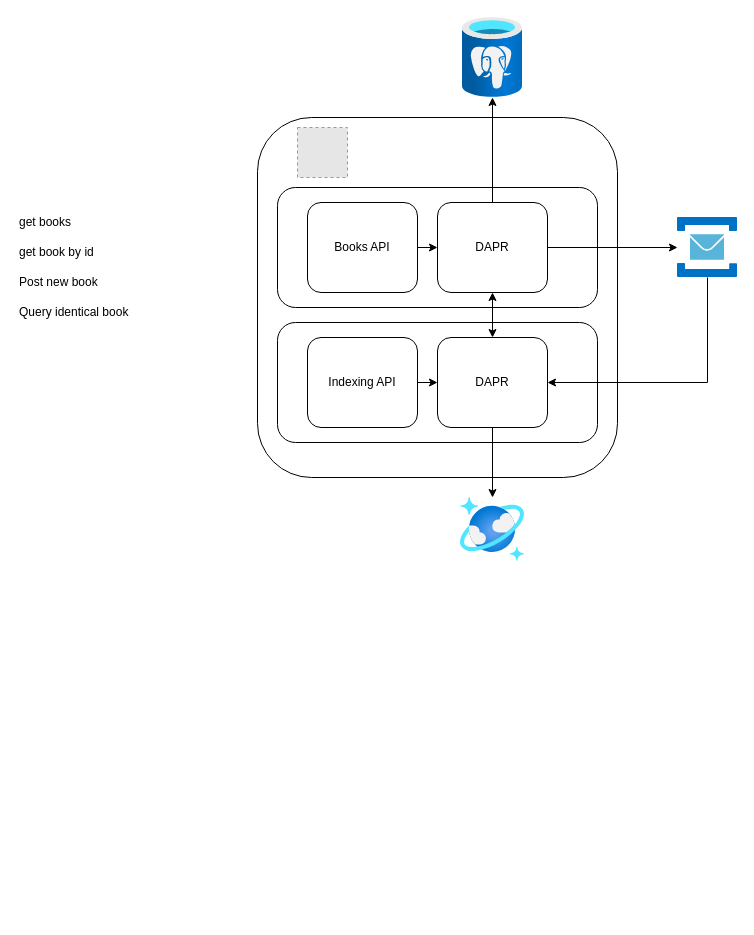
The draw.io diagram Architecture.drawio in Sruinard/az_container_apps, before the edit. Source tidied: cells renumbered, new cells numbered last; positions are measured from the earlier drawing's top-left corner, leaving out a move shared by most shapes. Both pictures are drawn from the tidied source at 100%, with x=0, y=0 at pixel (17, 17). Pictures stored in the file or linked from it are replaced by grey dashed boxes.
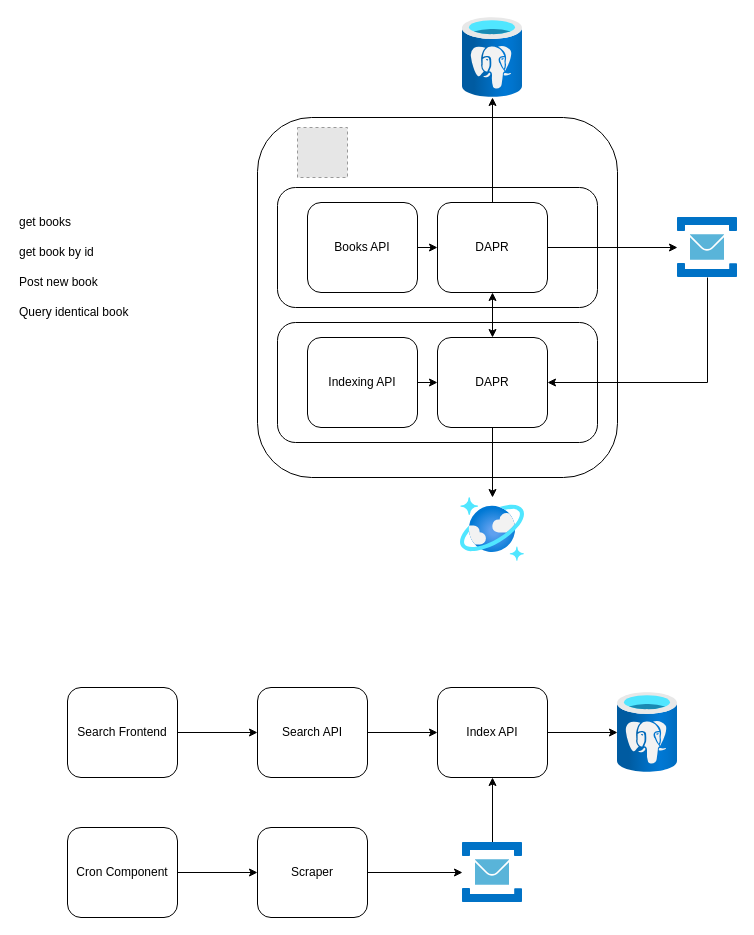
The same page after the edit.

Diff of the diagram source:
```diff
@@
+    <mxCell id="24" style="edgeStyle=orthogonalEdgeStyle;rounded=0;jettySize=auto;html=1;" parent="1" edge="1" source="25" target="35">
+      <mxGeometry relative="1" as="geometry" />
+    </mxCell>
+    <mxCell id="25" value="&lt;span&gt;Scraper&lt;/span&gt;" style="rounded=1;whiteSpace=wrap;html=1;" parent="1" vertex="1">
+      <mxGeometry x="240" y="810" width="110" height="90" as="geometry" />
+    </mxCell>
+    <mxCell id="26" style="edgeStyle=orthogonalEdgeStyle;rounded=0;jettySize=auto;html=1;" parent="1" edge="1" source="27" target="25">
+      <mxGeometry relative="1" as="geometry" />
+    </mxCell>
+    <mxCell id="27" value="&lt;span&gt;Cron Component&lt;br&gt;&lt;/span&gt;" style="rounded=1;whiteSpace=wrap;html=1;" parent="1" vertex="1">
+      <mxGeometry x="50" y="810" width="110" height="90" as="geometry" />
+    </mxCell>
+    <mxCell id="28" style="edgeStyle=orthogonalEdgeStyle;rounded=0;jettySize=auto;html=1;" parent="1" edge="1" source="29" target="31">
+      <mxGeometry relative="1" as="geometry" />
+    </mxCell>
+    <mxCell id="29" value="&lt;span&gt;Search Frontend&lt;/span&gt;" style="rounded=1;whiteSpace=wrap;html=1;" parent="1" vertex="1">
+      <mxGeometry x="50" y="670" width="110" height="90" as="geometry" />
+    </mxCell>
+    <mxCell id="30" style="edgeStyle=orthogonalEdgeStyle;rounded=0;jettySize=auto;html=1;" parent="1" edge="1" source="31" target="33">
+      <mxGeometry relative="1" as="geometry" />
+    </mxCell>
+    <mxCell id="31" value="&lt;span&gt;Search API&lt;/span&gt;" style="rounded=1;whiteSpace=wrap;html=1;" parent="1" vertex="1">
+      <mxGeometry x="240" y="670" width="110" height="90" as="geometry" />
+    </mxCell>
+    <mxCell id="32" style="edgeStyle=orthogonalEdgeStyle;rounded=0;jettySize=auto;html=1;" parent="1" edge="1" source="33" target="36">
+      <mxGeometry relative="1" as="geometry" />
+    </mxCell>
+    <mxCell id="33" value="&lt;span&gt;Index API&lt;/span&gt;" style="rounded=1;whiteSpace=wrap;html=1;" parent="1" vertex="1">
+      <mxGeometry x="420" y="670" width="110" height="90" as="geometry" />
+    </mxCell>
+    <mxCell id="34" style="edgeStyle=orthogonalEdgeStyle;rounded=0;jettySize=auto;html=1;entryX=0.5;entryY=1;entryDx=0;entryDy=0;" parent="1" edge="1" source="35" target="33">
+      <mxGeometry relative="1" as="geometry" />
+    </mxCell>
+    <mxCell id="35" style="sketch=0;html=1;points=[];align=center;image;fontSize=12;image=img/lib/mscae/Service_Bus.svg;" parent="1" vertex="1">
+      <mxGeometry x="445" y="825" width="60" height="60" as="geometry" />
+    </mxCell>
+    <mxCell id="36" style="html=1;points=[];align=center;image;fontSize=12;image=img/lib/azure2/databases/Azure_Database_PostgreSQL_Server.svg;" parent="1" vertex="1">
+      <mxGeometry x="600" y="675" width="60" height="80" as="geometry" />
+    </mxCell>
```
